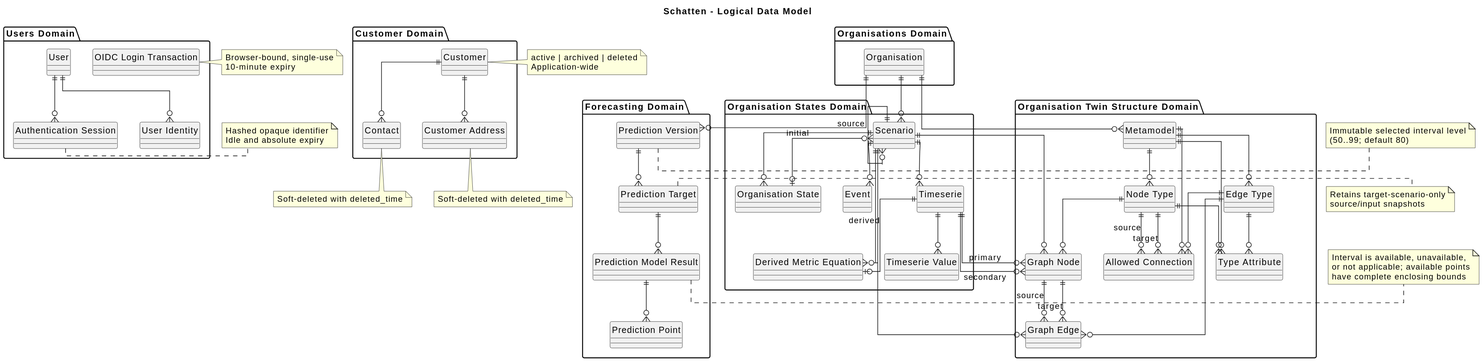
This is docs/diagrams/generated/data-logical-model.svg from lupaus-eu/shadow, a PlantUML export, as it was before one commit.
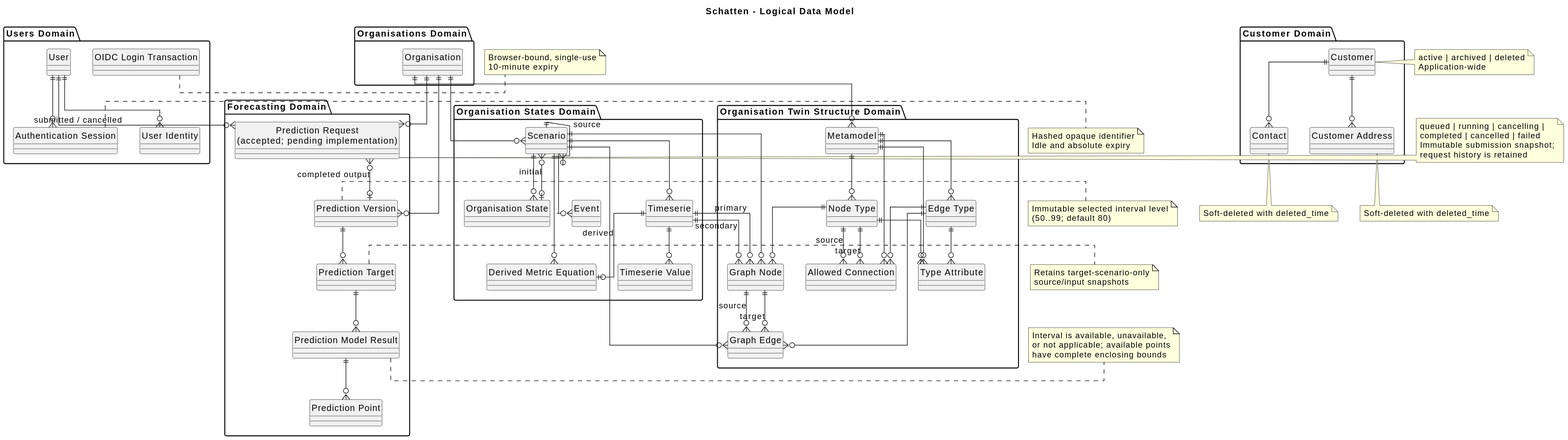
The same diagram one commit later.

Change to the diagram source:
```diff
@@ -36,6 +36,7 @@
 }
 
 package "Forecasting Domain" {
+  entity "Prediction Request\n(accepted; pending implementation)" as prediction_request
   entity "Prediction Version" as prediction_version
   entity "Prediction Target" as prediction_target
   entity "Prediction Model Result" as prediction_model_result
@@ -74,6 +75,9 @@
 scenario ||--o{ derived_metric_equation
 timeserie ||--o| derived_metric_equation : derived
 organisation ||--o{ prediction_version
+organisation ||--o{ prediction_request
+user ||--o{ prediction_request : submitted / cancelled
+prediction_request }o--o| prediction_version : completed output
 prediction_version ||--o{ prediction_target
 prediction_target ||--o{ prediction_model_result
 prediction_model_result ||--o{ prediction_point
@@ -117,6 +121,13 @@
   (50..99; default 80)
 end note
 
+note left of prediction_request
+  queued | running | cancelling |
+  completed | cancelled | failed
+  Immutable submission snapshot;
+  request history is retained
+end note
+
 note right of prediction_model_result
   Interval is available, unavailable,
   or not applicable; available points
```
